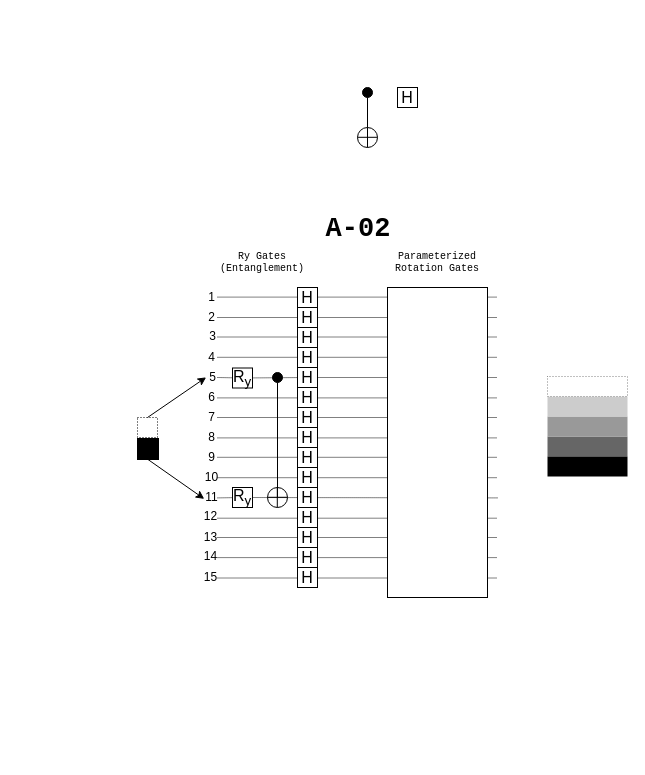
Above: VQC-A01.drawio in BiancaMass/Diagrams (draw.io), before the change. Source tidied: cells renumbered, new cells numbered last; positions are measured from the earlier drawing's top-left corner, leaving out a move shared by most shapes. Both pictures are drawn from the tidied source at 100%, with x=0, y=0 at pixel (17, 17).
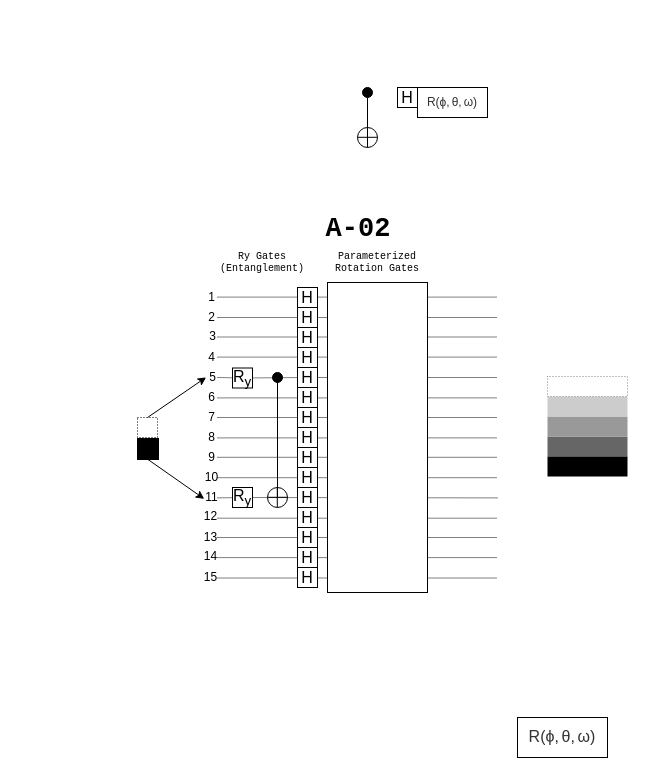
After the change.

Diff of the diagram source:
```diff
@@
+    <mxCell id="77" style="endArrow=none;html=1;rounded=0;dashed=1;dashPattern=1 1;" parent="1" edge="1">
+      <mxGeometry relative="1" as="geometry">
+        <mxPoint x="200" y="339.6" as="sourcePoint" />
+        <mxPoint x="480" y="339.6" as="targetPoint" />
+      </mxGeometry>
+    </mxCell>
@@
-    <mxCell id="18" style="endArrow=none;html=1;rounded=0;dashed=1;dashPattern=1 1;" parent="1" edge="1">
-      <mxGeometry relative="1" as="geometry">
-        <mxPoint x="200" y="339.8" as="sourcePoint" />
-        <mxPoint x="480" y="339.8" as="targetPoint" />
-      </mxGeometry>
-    </mxCell>
@@
     <mxCell id="55" style="rounded=0;whiteSpace=wrap;html=1;" parent="1" vertex="1">
-      <mxGeometry x="370" y="270" width="100" height="310" as="geometry" />
+      <mxGeometry x="310" y="265" width="100" height="310" as="geometry" />
     </mxCell>
     <mxCell id="56" value="Parameterized Rotation Gates" style="text;html=1;strokeColor=none;fillColor=none;align=center;verticalAlign=middle;whiteSpace=wrap;rounded=0;fontSize=10;fontFamily=Courier New;" parent="1" vertex="1">
-      <mxGeometry x="370" y="230" width="100" height="30" as="geometry" />
+      <mxGeometry x="310" y="230" width="100" height="30" as="geometry" />
     </mxCell>
@@
+    <mxCell id="78" value="&lt;span style=&quot;border-color: var(--border-color); font-family: Helvetica; font-size: 16px; font-style: normal; font-variant-ligatures: normal; font-variant-caps: normal; font-weight: 400; letter-spacing: normal; orphans: 2; text-indent: 0px; text-transform: none; widows: 2; word-spacing: 0px; -webkit-text-stroke-width: 0px; text-decoration-thickness: initial; text-decoration-style: initial; text-decoration-color: initial; display: inline-block; text-align: left; color: rgb(51, 51, 51); background-color: rgb(255, 255, 255); box-sizing: content-box !important;&quot; class=&quot;mjx-mo&quot; id=&quot;MJXc-Node-8&quot;&gt;&lt;span style=&quot;border-color: var(--border-color); display: block; padding-top: 0.451em; padding-bottom: 0.619em; box-sizing: content-box !important;&quot; class=&quot;mjx-char MJXc-TeX-main-R&quot;&gt;R(&lt;/span&gt;&lt;/span&gt;&lt;span style=&quot;border-color: var(--border-color); font-family: Helvetica; font-size: 16px; font-style: normal; font-variant-ligatures: normal; font-variant-caps: normal; font-weight: 400; letter-spacing: normal; orphans: 2; text-indent: 0px; text-transform: none; widows: 2; word-spacing: 0px; -webkit-text-stroke-width: 0px; text-decoration-thickness: initial; text-decoration-style: initial; text-decoration-color: initial; display: inline-block; text-align: left; color: rgb(51, 51, 51); background-color: rgb(255, 255, 255); box-sizing: content-box !important;&quot; class=&quot;mjx-mi&quot; id=&quot;MJXc-Node-9&quot;&gt;&lt;span style=&quot;border-color: var(--border-color); display: block; padding-top: 0.451em; padding-bottom: 0.507em; box-sizing: content-box !important;&quot; class=&quot;mjx-char MJXc-TeX-math-I&quot;&gt;ϕ&lt;/span&gt;&lt;/span&gt;&lt;span style=&quot;border-color: var(--border-color); font-family: Helvetica; font-size: 16px; font-style: normal; font-variant-ligatures: normal; font-variant-caps: normal; font-weight: 400; letter-spacing: normal; orphans: 2; text-indent: 0px; text-transform: none; widows: 2; word-spacing: 0px; -webkit-text-stroke-width: 0px; text-decoration-thickness: initial; text-decoration-style: initial; text-decoration-color: initial; display: inline-block; text-align: left; color: rgb(51, 51, 51); background-color: rgb(255, 255, 255); box-sizing: content-box !important;&quot; class=&quot;mjx-mo&quot; id=&quot;MJXc-Node-10&quot;&gt;&lt;span style=&quot;border-color: var(--border-color); display: block; margin-top: -0.165em; padding-bottom: 0.563em; box-sizing: content-box !important;&quot; class=&quot;mjx-char MJXc-TeX-main-R&quot;&gt;,&lt;/span&gt;&lt;/span&gt;&lt;span style=&quot;border-color: var(--border-color); font-family: Helvetica; font-size: 16px; font-style: normal; font-variant-ligatures: normal; font-variant-caps: normal; font-weight: 400; letter-spacing: normal; orphans: 2; text-indent: 0px; text-transform: none; widows: 2; word-spacing: 0px; -webkit-text-stroke-width: 0px; text-decoration-thickness: initial; text-decoration-style: initial; text-decoration-color: initial; display: inline-block; text-align: left; margin-left: 0.167em; color: rgb(51, 51, 51); background-color: rgb(255, 255, 255); box-sizing: content-box !important;&quot; class=&quot;mjx-mi MJXc-space1&quot; id=&quot;MJXc-Node-11&quot;&gt;&lt;span style=&quot;border-color: var(--border-color); display: block; padding-top: 0.507em; padding-bottom: 0.283em; box-sizing: content-box !important;&quot; class=&quot;mjx-char MJXc-TeX-math-I&quot;&gt;θ&lt;/span&gt;&lt;/span&gt;&lt;span style=&quot;border-color: var(--border-color); font-family: Helvetica; font-size: 16px; font-style: normal; font-variant-ligatures: normal; font-variant-caps: normal; font-weight: 400; letter-spacing: normal; orphans: 2; text-indent: 0px; text-transform: none; widows: 2; word-spacing: 0px; -webkit-text-stroke-width: 0px; text-decoration-thickness: initial; text-decoration-style: initial; text-decoration-color: initial; display: inline-block; text-align: left; color: rgb(51, 51, 51); background-color: rgb(255, 255, 255); box-sizing: content-box !important;&quot; class=&quot;mjx-mo&quot; id=&quot;MJXc-Node-12&quot;&gt;&lt;span style=&quot;border-color: var(--border-color); display: block; margin-top: -0.165em; padding-bottom: 0.563em; box-sizing: content-box !important;&quot; class=&quot;mjx-char MJXc-TeX-main-R&quot;&gt;,&lt;/span&gt;&lt;/span&gt;&lt;span style=&quot;border-color: var(--border-color); font-family: Helvetica; font-size: 16px; font-style: normal; font-variant-ligatures: normal; font-variant-caps: normal; font-weight: 400; letter-spacing: normal; orphans: 2; text-indent: 0px; text-transform: none; widows: 2; word-spacing: 0px; -webkit-text-stroke-width: 0px; text-decoration-thickness: initial; text-decoration-style: initial; text-decoration-color: initial; display: inline-block; text-align: left; margin-left: 0.167em; color: rgb(51, 51, 51); background-color: rgb(255, 255, 255); box-sizing: content-box !important;&quot; class=&quot;mjx-mi MJXc-space1&quot; id=&quot;MJXc-Node-13&quot;&gt;&lt;span style=&quot;border-color: var(--border-color); display: block; padding-top: 0.227em; padding-bottom: 0.283em; box-sizing: content-box !important;&quot; class=&quot;mjx-char MJXc-TeX-math-I&quot;&gt;ω&lt;/span&gt;&lt;/span&gt;&lt;span style=&quot;border-color: var(--border-color); font-family: Helvetica; font-size: 16px; font-style: normal; font-variant-ligatures: normal; font-variant-caps: normal; font-weight: 400; letter-spacing: normal; orphans: 2; text-indent: 0px; text-transform: none; widows: 2; word-spacing: 0px; -webkit-text-stroke-width: 0px; text-decoration-thickness: initial; text-decoration-style: initial; text-decoration-color: initial; display: inline-block; text-align: left; color: rgb(51, 51, 51); background-color: rgb(255, 255, 255); box-sizing: content-box !important;&quot; class=&quot;mjx-mo&quot; id=&quot;MJXc-Node-14&quot;&gt;&lt;span style=&quot;border-color: var(--border-color); display: block; padding-top: 0.451em; padding-bottom: 0.619em; box-sizing: content-box !important;&quot; class=&quot;mjx-char MJXc-TeX-main-R&quot;&gt;)&lt;/span&gt;&lt;/span&gt;" style="rounded=0;whiteSpace=wrap;html=1;" parent="1" vertex="1">
+      <mxGeometry x="500" y="700" width="90" height="40" as="geometry" />
+    </mxCell>
+    <mxCell id="79" value="&lt;font style=&quot;font-size: 12px;&quot;&gt;&lt;span style=&quot;border-color: var(--border-color); font-family: Helvetica; font-style: normal; font-variant-ligatures: normal; font-variant-caps: normal; font-weight: 400; letter-spacing: normal; orphans: 2; text-indent: 0px; text-transform: none; widows: 2; word-spacing: 0px; -webkit-text-stroke-width: 0px; text-decoration-thickness: initial; text-decoration-style: initial; text-decoration-color: initial; display: inline-block; text-align: left; color: rgb(51, 51, 51); background-color: rgb(255, 255, 255); box-sizing: content-box !important;&quot; class=&quot;mjx-mo&quot; id=&quot;MJXc-Node-8&quot;&gt;&lt;span style=&quot;border-color: var(--border-color); display: block; padding-top: 0.451em; padding-bottom: 0.619em; box-sizing: content-box !important;&quot; class=&quot;mjx-char MJXc-TeX-main-R&quot;&gt;R(&lt;/span&gt;&lt;/span&gt;&lt;span style=&quot;border-color: var(--border-color); font-family: Helvetica; font-style: normal; font-variant-ligatures: normal; font-variant-caps: normal; font-weight: 400; letter-spacing: normal; orphans: 2; text-indent: 0px; text-transform: none; widows: 2; word-spacing: 0px; -webkit-text-stroke-width: 0px; text-decoration-thickness: initial; text-decoration-style: initial; text-decoration-color: initial; display: inline-block; text-align: left; color: rgb(51, 51, 51); background-color: rgb(255, 255, 255); box-sizing: content-box !important;&quot; class=&quot;mjx-mi&quot; id=&quot;MJXc-Node-9&quot;&gt;&lt;span style=&quot;border-color: var(--border-color); display: block; padding-top: 0.451em; padding-bottom: 0.507em; box-sizing: content-box !important;&quot; class=&quot;mjx-char MJXc-TeX-math-I&quot;&gt;ϕ&lt;/span&gt;&lt;/span&gt;&lt;span style=&quot;border-color: var(--border-color); font-family: Helvetica; font-style: normal; font-variant-ligatures: normal; font-variant-caps: normal; font-weight: 400; letter-spacing: normal; orphans: 2; text-indent: 0px; text-transform: none; widows: 2; word-spacing: 0px; -webkit-text-stroke-width: 0px; text-decoration-thickness: initial; text-decoration-style: initial; text-decoration-color: initial; display: inline-block; text-align: left; color: rgb(51, 51, 51); background-color: rgb(255, 255, 255); box-sizing: content-box !important;&quot; class=&quot;mjx-mo&quot; id=&quot;MJXc-Node-10&quot;&gt;&lt;span style=&quot;border-color: var(--border-color); display: block; margin-top: -0.165em; padding-bottom: 0.563em; box-sizing: content-box !important;&quot; class=&quot;mjx-char MJXc-TeX-main-R&quot;&gt;,&lt;/span&gt;&lt;/span&gt;&lt;span style=&quot;border-color: var(--border-color); font-family: Helvetica; font-style: normal; font-variant-ligatures: normal; font-variant-caps: normal; font-weight: 400; letter-spacing: normal; orphans: 2; text-indent: 0px; text-transform: none; widows: 2; word-spacing: 0px; -webkit-text-stroke-width: 0px; text-decoration-thickness: initial; text-decoration-style: initial; text-decoration-color: initial; display: inline-block; text-align: left; margin-left: 0.167em; color: rgb(51, 51, 51); background-color: rgb(255, 255, 255); box-sizing: content-box !important;&quot; class=&quot;mjx-mi MJXc-space1&quot; id=&quot;MJXc-Node-11&quot;&gt;&lt;span style=&quot;border-color: var(--border-color); display: block; padding-top: 0.507em; padding-bottom: 0.283em; box-sizing: content-box !important;&quot; class=&quot;mjx-char MJXc-TeX-math-I&quot;&gt;θ&lt;/span&gt;&lt;/span&gt;&lt;span style=&quot;border-color: var(--border-color); font-family: Helvetica; font-style: normal; font-variant-ligatures: normal; font-variant-caps: normal; font-weight: 400; letter-spacing: normal; orphans: 2; text-indent: 0px; text-transform: none; widows: 2; word-spacing: 0px; -webkit-text-stroke-width: 0px; text-decoration-thickness: initial; text-decoration-style: initial; text-decoration-color: initial; display: inline-block; text-align: left; color: rgb(51, 51, 51); background-color: rgb(255, 255, 255); box-sizing: content-box !important;&quot; class=&quot;mjx-mo&quot; id=&quot;MJXc-Node-12&quot;&gt;&lt;span style=&quot;border-color: var(--border-color); display: block; margin-top: -0.165em; padding-bottom: 0.563em; box-sizing: content-box !important;&quot; class=&quot;mjx-char MJXc-TeX-main-R&quot;&gt;,&lt;/span&gt;&lt;/span&gt;&lt;span style=&quot;border-color: var(--border-color); font-family: Helvetica; font-style: normal; font-variant-ligatures: normal; font-variant-caps: normal; font-weight: 400; letter-spacing: normal; orphans: 2; text-indent: 0px; text-transform: none; widows: 2; word-spacing: 0px; -webkit-text-stroke-width: 0px; text-decoration-thickness: initial; text-decoration-style: initial; text-decoration-color: initial; display: inline-block; text-align: left; margin-left: 0.167em; color: rgb(51, 51, 51); background-color: rgb(255, 255, 255); box-sizing: content-box !important;&quot; class=&quot;mjx-mi MJXc-space1&quot; id=&quot;MJXc-Node-13&quot;&gt;&lt;span style=&quot;border-color: var(--border-color); display: block; padding-top: 0.227em; padding-bottom: 0.283em; box-sizing: content-box !important;&quot; class=&quot;mjx-char MJXc-TeX-math-I&quot;&gt;ω&lt;/span&gt;&lt;/span&gt;&lt;span style=&quot;border-color: var(--border-color); font-family: Helvetica; font-style: normal; font-variant-ligatures: normal; font-variant-caps: normal; font-weight: 400; letter-spacing: normal; orphans: 2; text-indent: 0px; text-transform: none; widows: 2; word-spacing: 0px; -webkit-text-stroke-width: 0px; text-decoration-thickness: initial; text-decoration-style: initial; text-decoration-color: initial; display: inline-block; text-align: left; color: rgb(51, 51, 51); background-color: rgb(255, 255, 255); box-sizing: content-box !important;&quot; class=&quot;mjx-mo&quot; id=&quot;MJXc-Node-14&quot;&gt;&lt;span style=&quot;border-color: var(--border-color); display: block; padding-top: 0.451em; padding-bottom: 0.619em; box-sizing: content-box !important;&quot; class=&quot;mjx-char MJXc-TeX-main-R&quot;&gt;)&lt;/span&gt;&lt;/span&gt;&lt;/font&gt;" style="rounded=0;whiteSpace=wrap;html=1;" parent="1" vertex="1">
+      <mxGeometry x="400" y="70" width="70" height="30" as="geometry" />
+    </mxCell>
```
